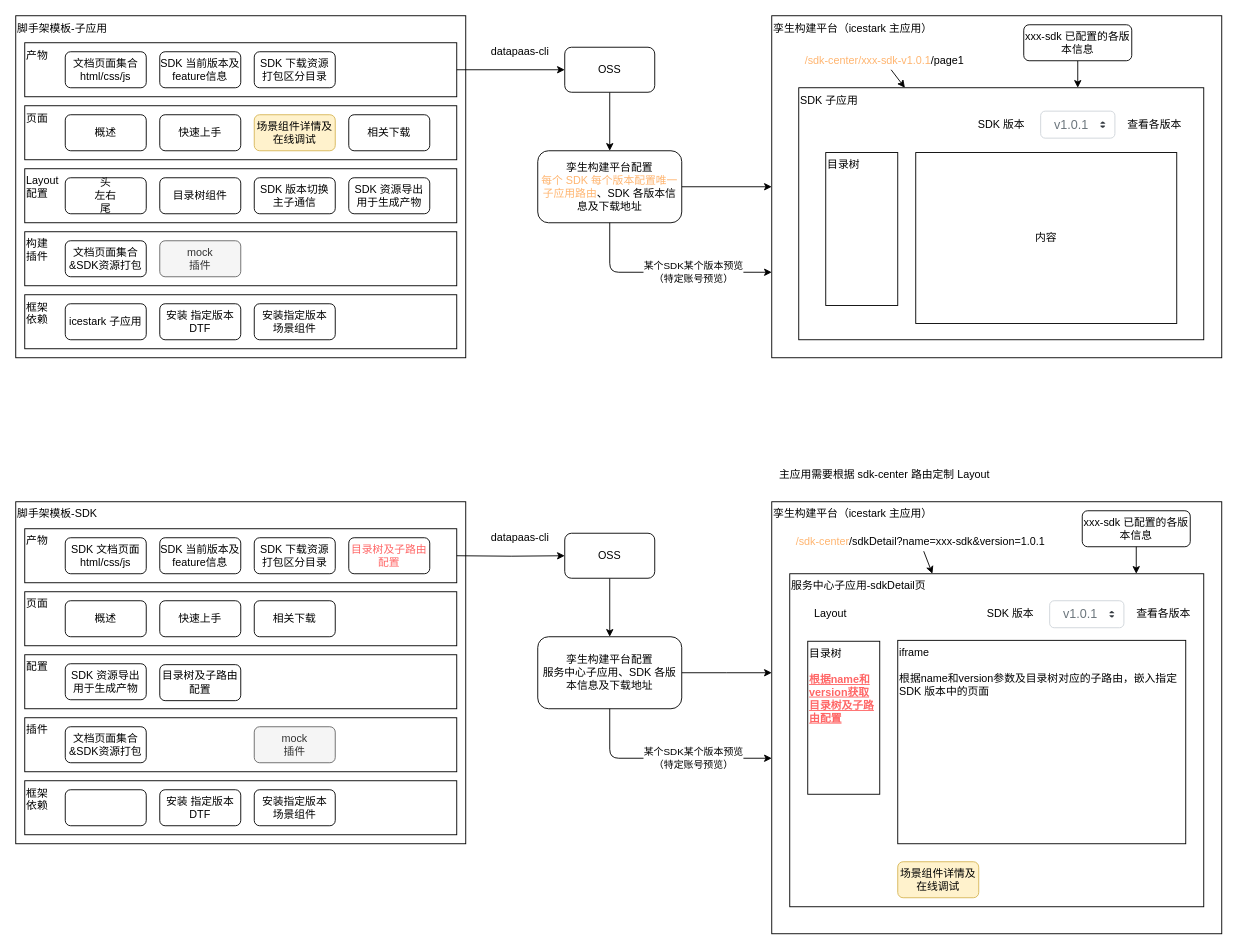
Earlier version of the draw.io diagram page "孪生服务中心-SDK设计" (4 of 4) of 场景库.drawio (xiazhiqiang/diagrams). Source tidied: cells renumbered, new cells numbered last; positions are measured from the earlier drawing's top-left corner, leaving out a move shared by most shapes. Both pictures are drawn from the tidied source at 90%, with x=0, y=0 at pixel (15, 15).
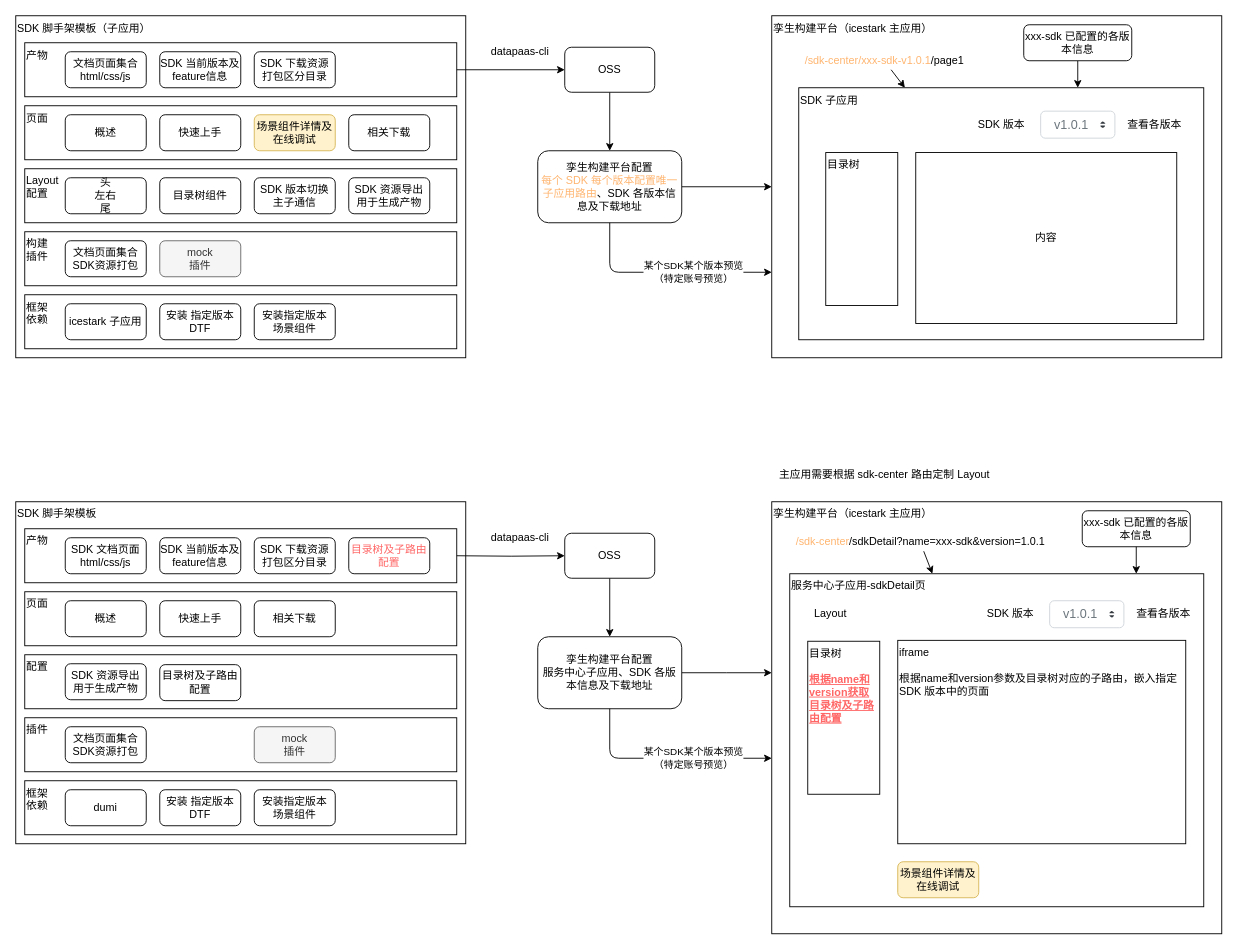
The same page after the edit.

Commit message:
更新场景库.drawio

The edit, as a diff of the source:
```diff
@@
-    <mxCell id="2" value="脚手架模板-子应用" style="rounded=0;whiteSpace=wrap;html=1;align=left;verticalAlign=top;" parent="1" vertex="1">
+    <mxCell id="2" value="SDK 脚手架模板（子应用）" style="rounded=0;whiteSpace=wrap;html=1;align=left;verticalAlign=top;" parent="1" vertex="1">
       <mxGeometry width="500" height="380" as="geometry" />
     </mxCell>
@@
-    <mxCell id="6" value="文档页面集合&amp;amp;SDK资源打包" style="rounded=1;whiteSpace=wrap;html=1;" parent="1" vertex="1">
+    <mxCell id="6" value="文档页面集合SDK资源打包" style="rounded=1;whiteSpace=wrap;html=1;" parent="1" vertex="1">
       <mxGeometry x="55" y="250" width="90" height="40" as="geometry" />
     </mxCell>
@@
-    <mxCell id="43" value="脚手架模板-SDK" style="rounded=0;whiteSpace=wrap;html=1;align=left;verticalAlign=top;" parent="1" vertex="1">
+    <mxCell id="43" value="SDK 脚手架模板" style="rounded=0;whiteSpace=wrap;html=1;align=left;verticalAlign=top;" parent="1" vertex="1">
       <mxGeometry y="540" width="500" height="380" as="geometry" />
     </mxCell>
@@
-    <mxCell id="45" style="rounded=1;whiteSpace=wrap;html=1;" parent="1" vertex="1">
+    <mxCell id="45" value="dumi" style="rounded=1;whiteSpace=wrap;html=1;" parent="1" vertex="1">
       <mxGeometry x="55" y="860" width="90" height="40" as="geometry" />
     </mxCell>
@@
-    <mxCell id="47" value="文档页面集合&amp;amp;SDK资源打包" style="rounded=1;whiteSpace=wrap;html=1;" parent="1" vertex="1">
+    <mxCell id="47" value="文档页面集合SDK资源打包" style="rounded=1;whiteSpace=wrap;html=1;" parent="1" vertex="1">
       <mxGeometry x="55" y="790" width="90" height="40" as="geometry" />
     </mxCell>
```
